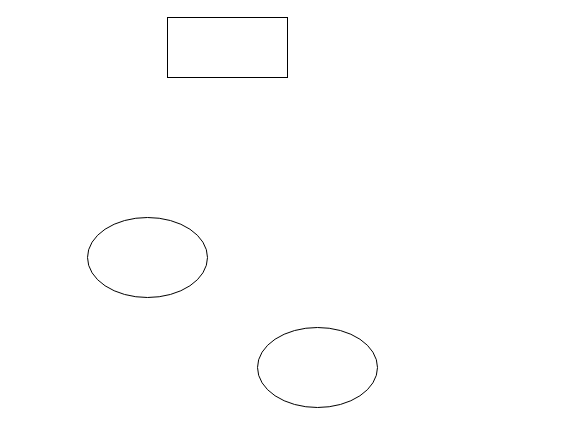
This is Untitled Diagram.drawio from f23505106/drawio, a draw.io file, before an edit. Source tidied: cells renumbered, new cells numbered last; positions are measured from the earlier drawing's top-left corner, leaving out a move shared by most shapes. Both pictures are drawn from the tidied source at 100%, with x=0, y=0 at pixel (87, 17).
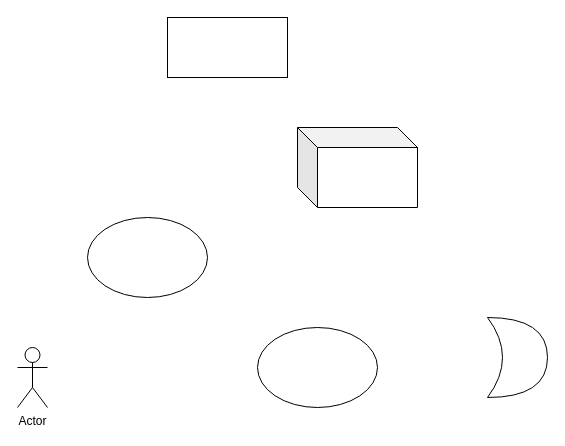
The same page after the edit.

Change to the diagram source:
```diff
@@
 <mxGraphModel>
   <root>
     <mxCell id="0" />
     <mxCell id="1" parent="0" />
     <mxCell id="2" style="rounded=0;whiteSpace=wrap;html=1;" parent="1" vertex="1">
       <mxGeometry x="80" width="120" height="60" as="geometry" />
     </mxCell>
     <mxCell id="3" style="ellipse;whiteSpace=wrap;html=1;" parent="1" vertex="1">
       <mxGeometry x="170" y="310" width="120" height="80" as="geometry" />
     </mxCell>
     <mxCell id="4" style="ellipse;whiteSpace=wrap;html=1;" parent="1" vertex="1">
       <mxGeometry y="200" width="120" height="80" as="geometry" />
     </mxCell>
+    <mxCell id="5" style="shape=cube;whiteSpace=wrap;html=1;boundedLbl=1;backgroundOutline=1;darkOpacity=0.05;darkOpacity2=0.1;" parent="1" vertex="1">
+      <mxGeometry x="210" y="110" width="120" height="80" as="geometry" />
+    </mxCell>
+    <mxCell id="6" value="Actor" style="shape=umlActor;verticalLabelPosition=bottom;verticalAlign=top;html=1;" parent="1" vertex="1">
+      <mxGeometry x="-70" y="330" width="30" height="60" as="geometry" />
+    </mxCell>
+    <mxCell id="7" style="shape=xor;whiteSpace=wrap;html=1;" parent="1" vertex="1">
+      <mxGeometry x="400" y="300" width="60" height="80" as="geometry" />
+    </mxCell>
   </root>
 </mxGraphModel>
```
